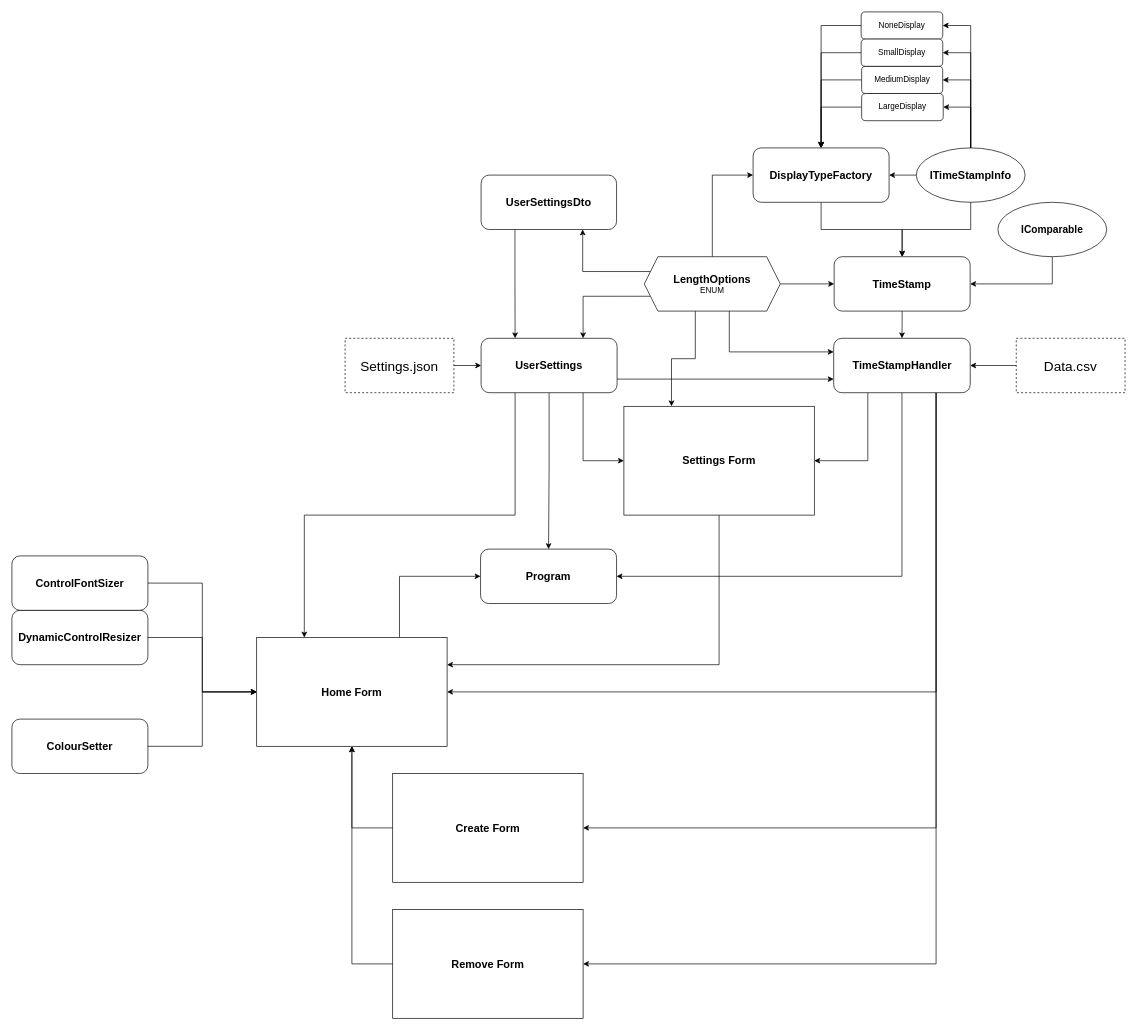
This is Chrono Count 3/ERD/ChronoCount3.drawio from Andy-Mckelvey05/Chrono-Count-3, a draw.io file, before an edit. Source tidied: cells renumbered, new cells numbered last; positions are measured from the earlier drawing's top-left corner, leaving out a move shared by most shapes. Both pictures are drawn from the tidied source at 68%, with x=0, y=0 at pixel (12, 12).
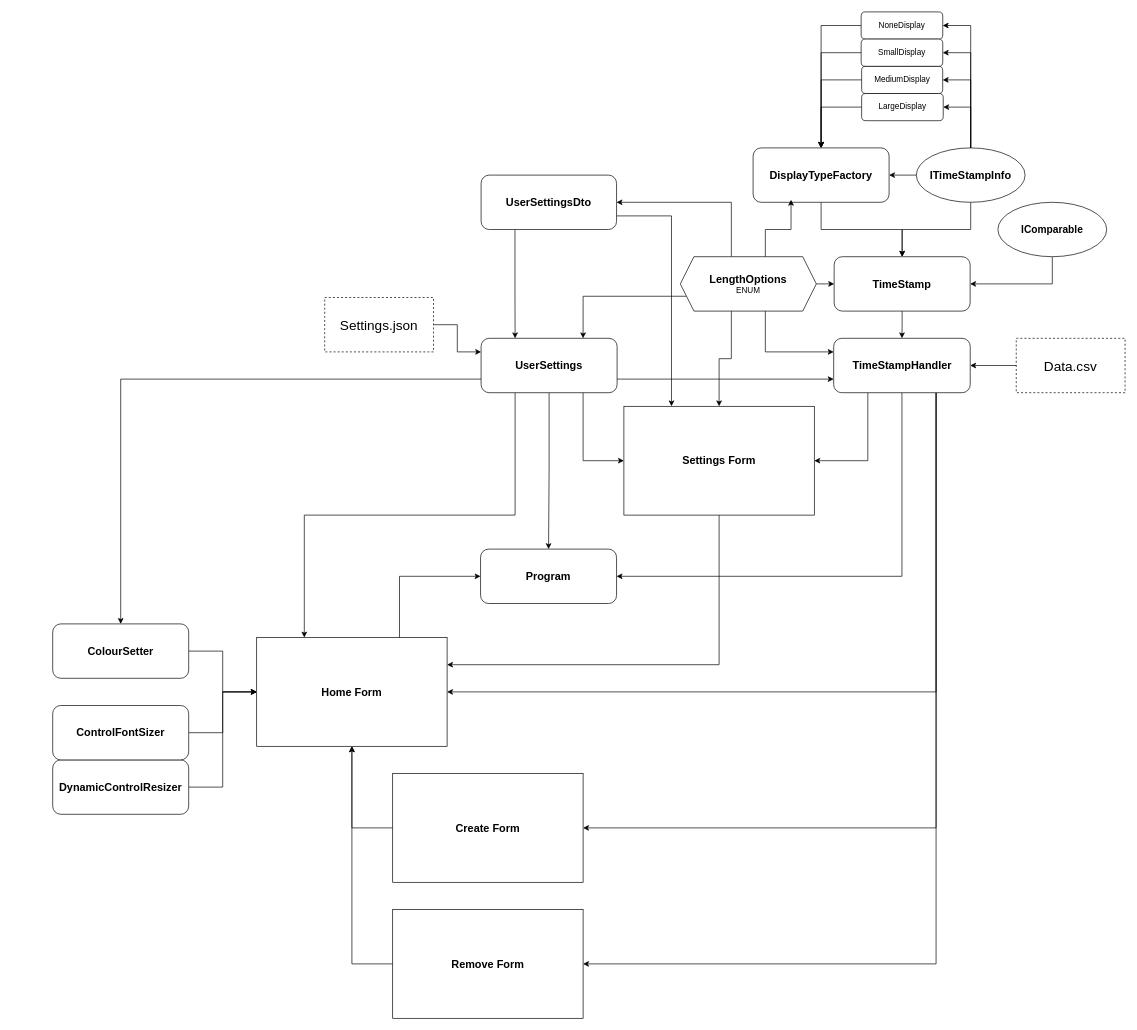
Above is the later version.

Commit message (it also covers changes not shown here):
Fixed None Format Bug And ERD Clean Up

Unchanged cells that the change refers to:
```xml
<mxCell id="31" value="&lt;span style=&quot;font-size: 16px;&quot;&gt;&lt;b&gt;DisplayTypeFactory&lt;/b&gt;&lt;/span&gt;" style="rounded=1;whiteSpace=wrap;html=1;" parent="1" vertex="1">
  <mxGeometry x="1090" y="200" width="200" height="80" as="geometry" />
</mxCell>
<mxCell id="37" value="&lt;font style=&quot;font-size: 16px;&quot;&gt;&lt;b&gt;UserSettings&lt;/b&gt;&lt;/font&gt;" style="rounded=1;whiteSpace=wrap;html=1;" parent="1" vertex="1">
  <mxGeometry x="690" y="480" width="200" height="80" as="geometry" />
</mxCell>
<mxCell id="39" value="&lt;font style=&quot;font-size: 16px;&quot;&gt;&lt;b&gt;UserSettingsDto&lt;/b&gt;&lt;/font&gt;" style="rounded=1;whiteSpace=wrap;html=1;" parent="1" vertex="1">
  <mxGeometry x="690" y="240" width="199.2" height="80" as="geometry" />
</mxCell>
<mxCell id="47" value="&lt;b style=&quot;font-size: 16px;&quot;&gt;Settings Form&lt;/b&gt;" style="rounded=0;whiteSpace=wrap;html=1;" parent="1" vertex="1">
  <mxGeometry x="900" y="580" width="280" height="160" as="geometry" />
</mxCell>
```

What changed in the source:
```diff
@@
-    <mxCell id="2" style="edgeStyle=orthogonalEdgeStyle;rounded=0;jettySize=auto;html=1;exitX=1;exitY=0.5;exitDx=0;exitDy=0;entryX=0;entryY=0.5;entryDx=0;entryDy=0;" parent="1" edge="1" source="3" target="37">
+    <mxCell id="2" style="edgeStyle=orthogonalEdgeStyle;rounded=0;jettySize=auto;html=1;exitX=1;exitY=0.5;exitDx=0;exitDy=0;entryX=0;entryY=0.25;entryDx=0;entryDy=0;" parent="1" edge="1" source="3" target="37">
       <mxGeometry relative="1" as="geometry" />
     </mxCell>
     <mxCell id="3" value="&lt;font style=&quot;font-size: 20px;&quot;&gt;Settings.json&lt;/font&gt;" style="rounded=0;whiteSpace=wrap;html=1;dashed=1;" parent="1" vertex="1">
-      <mxGeometry x="490" y="480" width="160" height="80" as="geometry" />
+      <mxGeometry x="460" y="420" width="160" height="80" as="geometry" />
     </mxCell>
@@
-    <mxCell id="23" style="edgeStyle=orthogonalEdgeStyle;rounded=0;jettySize=auto;html=1;exitX=0.5;exitY=0;exitDx=0;exitDy=0;entryX=0;entryY=0.5;entryDx=0;entryDy=0;" parent="1" edge="1" source="29" target="31">
-      <mxGeometry relative="1" as="geometry" />
-    </mxCell>
@@
-    <mxCell id="25" style="edgeStyle=orthogonalEdgeStyle;rounded=0;jettySize=auto;html=1;exitX=0;exitY=0.25;exitDx=0;exitDy=0;entryX=0.75;entryY=1;entryDx=0;entryDy=0;" parent="1" edge="1" source="29" target="39">
-      <mxGeometry relative="1" as="geometry" />
-    </mxCell>
@@
-    <mxCell id="28" style="edgeStyle=orthogonalEdgeStyle;rounded=0;jettySize=auto;html=1;exitX=0.375;exitY=1;exitDx=0;exitDy=0;entryX=0.25;entryY=0;entryDx=0;entryDy=0;" parent="1" edge="1" source="29" target="47">
+    <mxCell id="28" style="edgeStyle=orthogonalEdgeStyle;rounded=0;jettySize=auto;html=1;exitX=0.375;exitY=1;exitDx=0;exitDy=0;entryX=0.5;entryY=0;entryDx=0;entryDy=0;" parent="1" edge="1" source="29" target="47">
       <mxGeometry relative="1" as="geometry" />
     </mxCell>
+    <mxCell id="25" style="edgeStyle=orthogonalEdgeStyle;rounded=0;jettySize=auto;html=1;exitX=0.375;exitY=0;exitDx=0;exitDy=0;entryX=1;entryY=0.5;entryDx=0;entryDy=0;" parent="1" edge="1" source="29" target="39">
+      <mxGeometry relative="1" as="geometry" />
+    </mxCell>
     <mxCell id="29" value="&lt;font style=&quot;font-size: 16px;&quot;&gt;&lt;b&gt;LengthOptions&lt;/b&gt;&lt;/font&gt;&lt;div&gt;ENUM&lt;/div&gt;" style="shape=hexagon;perimeter=hexagonPerimeter2;whiteSpace=wrap;html=1;fixedSize=1;" parent="1" vertex="1">
-      <mxGeometry x="930" y="360" width="200" height="80" as="geometry" />
+      <mxGeometry x="983" y="360" width="200" height="80" as="geometry" />
     </mxCell>
@@
+    <mxCell id="62" style="edgeStyle=orthogonalEdgeStyle;rounded=0;jettySize=auto;html=1;exitX=0;exitY=0.75;exitDx=0;exitDy=0;entryX=0.5;entryY=0;entryDx=0;entryDy=0;" parent="1" edge="1" source="37" target="61">
+      <mxGeometry relative="1" as="geometry" />
+    </mxCell>
@@
+    <mxCell id="63" style="edgeStyle=orthogonalEdgeStyle;rounded=0;jettySize=auto;html=1;exitX=1;exitY=0.75;exitDx=0;exitDy=0;entryX=0.25;entryY=0;entryDx=0;entryDy=0;" parent="1" edge="1" source="39" target="47">
+      <mxGeometry relative="1" as="geometry" />
+    </mxCell>
@@
     <mxCell id="57" value="&lt;span style=&quot;font-size: 16px;&quot;&gt;&lt;b&gt;DynamicControlResizer&lt;/b&gt;&lt;/span&gt;" style="rounded=1;whiteSpace=wrap;html=1;" parent="1" vertex="1">
-      <mxGeometry y="880" width="200" height="80" as="geometry" />
+      <mxGeometry x="60" y="1100" width="200" height="80" as="geometry" />
     </mxCell>
@@
     <mxCell id="59" value="&lt;span style=&quot;font-size: 16px;&quot;&gt;&lt;b&gt;ControlFontSizer&lt;/b&gt;&lt;/span&gt;" style="rounded=1;whiteSpace=wrap;html=1;" parent="1" vertex="1">
-      <mxGeometry y="800" width="200" height="80" as="geometry" />
+      <mxGeometry x="60" y="1020" width="200" height="80" as="geometry" />
     </mxCell>
@@
     <mxCell id="61" value="&lt;span style=&quot;font-size: 16px;&quot;&gt;&lt;b&gt;ColourSetter&lt;/b&gt;&lt;/span&gt;" style="rounded=1;whiteSpace=wrap;html=1;" parent="1" vertex="1">
-      <mxGeometry y="1040" width="200" height="80" as="geometry" />
+      <mxGeometry x="60" y="900" width="200" height="80" as="geometry" />
     </mxCell>
+    <mxCell id="23" style="edgeStyle=orthogonalEdgeStyle;rounded=0;jettySize=auto;html=1;exitX=0.625;exitY=0;exitDx=0;exitDy=0;entryX=0.279;entryY=0.954;entryDx=0;entryDy=0;entryPerimeter=0;" parent="1" edge="1" source="29" target="31">
+      <mxGeometry relative="1" as="geometry" />
+    </mxCell>
```
